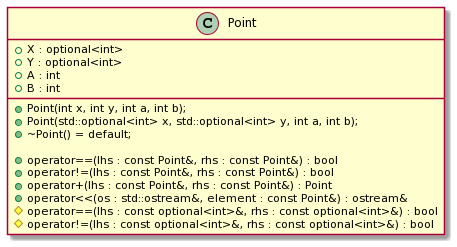
The PlantUML diagram bitcoin/docs/Point.png in joshualaney23/bitcoin, before a commit.
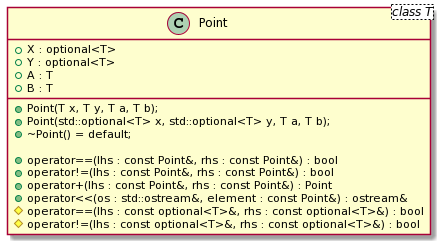
Later version of the same file.

The edit, as a diff of the source:
```diff
@@ -1,8 +1,8 @@
 @startuml
-class Point
+class Point<class T>
 {
-    + Point(int x, int y, int a, int b);
-    + Point(std::optional<int> x, std::optional<int> y, int a, int b);
+    + Point(T x, T y, T a, T b);
+    + Point(std::optional<T> x, std::optional<T> y, T a, T b);
     + ~Point() = default;
 
     + operator==(lhs : const Point&, rhs : const Point&) : bool
@@ -10,12 +10,12 @@
     + operator+(lhs : const Point&, rhs : const Point&) : Point
     + operator<<(os : std::ostream&, element : const Point&) : ostream&
 
-    + X : optional<int>
-    + Y : optional<int>
-    + A : int
-    + B : int
+    + X : optional<T>
+    + Y : optional<T>
+    + A : T
+    + B : T
 
-    # operator==(lhs : const optional<int>&, rhs : const optional<int>&) : bool
-    # operator!=(lhs : const optional<int>&, rhs : const optional<int>&) : bool
+    # operator==(lhs : const optional<T>&, rhs : const optional<T>&) : bool
+    # operator!=(lhs : const optional<T>&, rhs : const optional<T>&) : bool
 }
 @enduml
```
